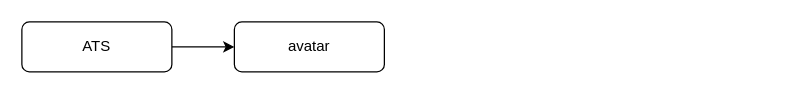
Above: ATS.drawio in xyfll7/draw.io (draw.io), before the change. Source tidied: cells renumbered, new cells numbered last; positions are measured from the earlier drawing's top-left corner, leaving out a move shared by most shapes. Both pictures are drawn from the tidied source at 125%, with x=0, y=0 at pixel (21, 21).
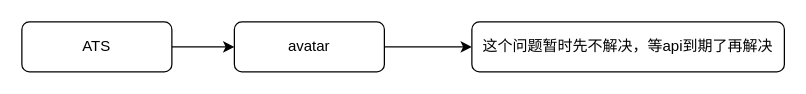
The same diagram, later.

The edit, as a diff of the source:
```diff
@@
 <mxGraphModel>
   <root>
     <mxCell id="0" />
     <mxCell id="1" parent="0" />
     <mxCell id="2" style="edgeStyle=orthogonalEdgeStyle;rounded=0;jettySize=auto;html=1;exitX=1;exitY=0.5;exitDx=0;exitDy=0;entryX=0;entryY=0.5;entryDx=0;entryDy=0;" parent="1" edge="1" source="3" target="4">
       <mxGeometry relative="1" as="geometry" />
     </mxCell>
     <mxCell id="3" value="ATS" style="rounded=1;whiteSpace=wrap;html=1;" parent="1" vertex="1">
       <mxGeometry width="120" height="40" as="geometry" />
     </mxCell>
+    <mxCell id="5" style="edgeStyle=orthogonalEdgeStyle;rounded=0;jettySize=auto;html=1;exitX=1;exitY=0.5;exitDx=0;exitDy=0;entryX=0;entryY=0.5;entryDx=0;entryDy=0;" parent="1" edge="1" source="4" target="6">
+      <mxGeometry relative="1" as="geometry" />
+    </mxCell>
     <mxCell id="4" value="avatar" style="rounded=1;whiteSpace=wrap;html=1;" parent="1" vertex="1">
       <mxGeometry x="170" width="120" height="40" as="geometry" />
     </mxCell>
+    <mxCell id="6" value="这个问题暂时先不解决，等api到期了再解决" style="rounded=1;whiteSpace=wrap;html=1;" parent="1" vertex="1">
+      <mxGeometry x="360" width="250" height="40" as="geometry" />
+    </mxCell>
   </root>
 </mxGraphModel>
```
